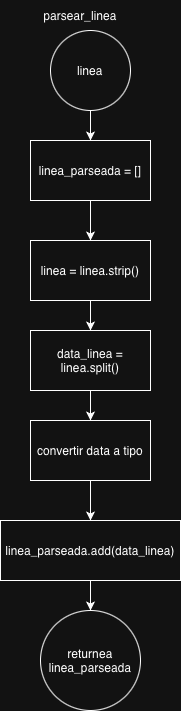
Above: Diagramas/parsear_linea.png in benjacoduti/Pulse_Lab (draw.io), before the change. Source tidied: cells renumbered, new cells last; positions are measured from the earlier drawing's top-left corner, leaving out a move shared by most shapes. The source it was exported from:
```xml
<mxGraphModel>
  <root>
    <mxCell id="0" />
    <mxCell id="1" parent="0" />
    <mxCell id="2" style="edgeStyle=orthogonalEdgeStyle;rounded=0;jettySize=auto;html=1;" parent="1" edge="1" source="3" target="7">
      <mxGeometry relative="1" as="geometry" />
    </mxCell>
    <mxCell id="3" value="linea" style="ellipse;whiteSpace=wrap;html=1;" parent="1" vertex="1">
      <mxGeometry x="50" y="30" width="80" height="80" as="geometry" />
    </mxCell>
    <mxCell id="4" style="edgeStyle=orthogonalEdgeStyle;rounded=0;jettySize=auto;html=1;" parent="1" edge="1" source="5" target="9">
      <mxGeometry relative="1" as="geometry" />
    </mxCell>
    <mxCell id="5" value="linea = linea.strip()" style="rounded=0;whiteSpace=wrap;html=1;" parent="1" vertex="1">
      <mxGeometry x="30" y="240" width="120" height="60" as="geometry" />
    </mxCell>
    <mxCell id="6" style="edgeStyle=orthogonalEdgeStyle;rounded=0;jettySize=auto;html=1;" parent="1" edge="1" source="7" target="5">
      <mxGeometry relative="1" as="geometry" />
    </mxCell>
    <mxCell id="7" value="linea_parseada = []" style="rounded=0;whiteSpace=wrap;html=1;" parent="1" vertex="1">
      <mxGeometry x="30" y="140" width="120" height="60" as="geometry" />
    </mxCell>
    <mxCell id="8" style="edgeStyle=orthogonalEdgeStyle;rounded=0;jettySize=auto;html=1;" parent="1" edge="1" source="9" target="11">
      <mxGeometry relative="1" as="geometry" />
    </mxCell>
    <mxCell id="9" value="data_linea = linea.split()" style="rounded=0;whiteSpace=wrap;html=1;" parent="1" vertex="1">
      <mxGeometry x="30" y="330" width="120" height="60" as="geometry" />
    </mxCell>
    <mxCell id="10" style="edgeStyle=orthogonalEdgeStyle;rounded=0;jettySize=auto;html=1;" parent="1" edge="1" source="11" target="13">
      <mxGeometry relative="1" as="geometry" />
    </mxCell>
    <mxCell id="11" value="convertir data a tipo" style="rounded=0;whiteSpace=wrap;html=1;" parent="1" vertex="1">
      <mxGeometry x="30" y="420" width="120" height="60" as="geometry" />
    </mxCell>
    <mxCell id="12" style="edgeStyle=orthogonalEdgeStyle;rounded=0;jettySize=auto;html=1;" parent="1" edge="1" source="13" target="14">
      <mxGeometry relative="1" as="geometry" />
    </mxCell>
    <mxCell id="13" value="linea_parseada.add(data_linea)" style="rounded=0;whiteSpace=wrap;html=1;" parent="1" vertex="1">
      <mxGeometry y="520" width="180" height="60" as="geometry" />
    </mxCell>
    <mxCell id="14" value="returnea linea_parseada" style="ellipse;whiteSpace=wrap;html=1;" parent="1" vertex="1">
      <mxGeometry x="40" y="610" width="100" height="100" as="geometry" />
    </mxCell>
    <mxCell id="15" value="parsear_linea" style="text;html=1;whiteSpace=wrap;strokeColor=none;fillColor=none;align=center;verticalAlign=middle;rounded=0;" parent="1" vertex="1">
      <mxGeometry x="50" width="60" height="30" as="geometry" />
    </mxCell>
  </root>
</mxGraphModel>
```
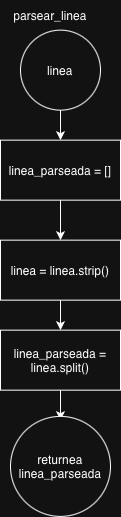
After the change.

Change to the diagram source:
```diff
@@ -6,43 +6,33 @@
       <mxGeometry relative="1" as="geometry" />
     </mxCell>
     <mxCell id="3" value="linea" style="ellipse;whiteSpace=wrap;html=1;" parent="1" vertex="1">
-      <mxGeometry x="50" y="30" width="80" height="80" as="geometry" />
+      <mxGeometry x="150" y="29.7" width="80" height="80" as="geometry" />
     </mxCell>
     <mxCell id="4" style="edgeStyle=orthogonalEdgeStyle;rounded=0;jettySize=auto;html=1;" parent="1" edge="1" source="5" target="9">
       <mxGeometry relative="1" as="geometry" />
     </mxCell>
     <mxCell id="5" value="linea = linea.strip()" style="rounded=0;whiteSpace=wrap;html=1;" parent="1" vertex="1">
-      <mxGeometry x="30" y="240" width="120" height="60" as="geometry" />
+      <mxGeometry x="130" y="239.6" width="120" height="60" as="geometry" />
     </mxCell>
     <mxCell id="6" style="edgeStyle=orthogonalEdgeStyle;rounded=0;jettySize=auto;html=1;" parent="1" edge="1" source="7" target="5">
       <mxGeometry relative="1" as="geometry" />
     </mxCell>
     <mxCell id="7" value="linea_parseada = []" style="rounded=0;whiteSpace=wrap;html=1;" parent="1" vertex="1">
-      <mxGeometry x="30" y="140" width="120" height="60" as="geometry" />
+      <mxGeometry x="130" y="139.7" width="120" height="60" as="geometry" />
     </mxCell>
-    <mxCell id="8" style="edgeStyle=orthogonalEdgeStyle;rounded=0;jettySize=auto;html=1;" parent="1" edge="1" source="9" target="11">
-      <mxGeometry relative="1" as="geometry" />
+    <mxCell id="8" style="edgeStyle=orthogonalEdgeStyle;rounded=0;jettySize=auto;html=1;" parent="1" edge="1" source="9">
+      <mxGeometry relative="1" as="geometry">
+        <mxPoint x="190" y="419.7" as="targetPoint" />
+      </mxGeometry>
     </mxCell>
-    <mxCell id="9" value="data_linea = linea.split()" style="rounded=0;whiteSpace=wrap;html=1;" parent="1" vertex="1">
-      <mxGeometry x="30" y="330" width="120" height="60" as="geometry" />
+    <mxCell id="9" value="linea_parseada = linea.split()" style="rounded=0;whiteSpace=wrap;html=1;" parent="1" vertex="1">
+      <mxGeometry x="130" y="329.6" width="120" height="60" as="geometry" />
     </mxCell>
-    <mxCell id="10" style="edgeStyle=orthogonalEdgeStyle;rounded=0;jettySize=auto;html=1;" parent="1" edge="1" source="11" target="13">
-      <mxGeometry relative="1" as="geometry" />
+    <mxCell id="10" value="returnea linea_parseada" style="ellipse;whiteSpace=wrap;html=1;" parent="1" vertex="1">
+      <mxGeometry x="140" y="415.9" width="100" height="100" as="geometry" />
     </mxCell>
-    <mxCell id="11" value="convertir data a tipo" style="rounded=0;whiteSpace=wrap;html=1;" parent="1" vertex="1">
-      <mxGeometry x="30" y="420" width="120" height="60" as="geometry" />
+    <mxCell id="11" value="parsear_linea" style="text;html=1;whiteSpace=wrap;strokeColor=none;fillColor=none;align=center;verticalAlign=middle;rounded=0;" parent="1" vertex="1">
+      <mxGeometry x="150" y="-0.4" width="60" height="30" as="geometry" />
     </mxCell>
-    <mxCell id="12" style="edgeStyle=orthogonalEdgeStyle;rounded=0;jettySize=auto;html=1;" parent="1" edge="1" source="13" target="14">
-      <mxGeometry relative="1" as="geometry" />
-    </mxCell>
-    <mxCell id="13" value="linea_parseada.add(data_linea)" style="rounded=0;whiteSpace=wrap;html=1;" parent="1" vertex="1">
-      <mxGeometry y="520" width="180" height="60" as="geometry" />
-    </mxCell>
-    <mxCell id="14" value="returnea linea_parseada" style="ellipse;whiteSpace=wrap;html=1;" parent="1" vertex="1">
-      <mxGeometry x="40" y="610" width="100" height="100" as="geometry" />
-    </mxCell>
-    <mxCell id="15" value="parsear_linea" style="text;html=1;whiteSpace=wrap;strokeColor=none;fillColor=none;align=center;verticalAlign=middle;rounded=0;" parent="1" vertex="1">
-      <mxGeometry x="50" width="60" height="30" as="geometry" />
-    </mxCell>
   </root>
 </mxGraphModel>
```
